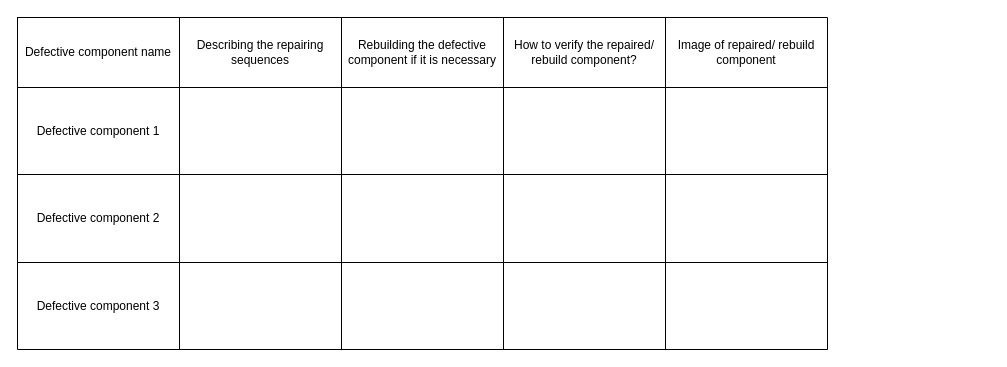
Before: Repairing the defective components.drawio in amerezoji1362/drawio-github, a draw.io diagram. Source tidied: cells renumbered, new cells numbered last; positions are measured from the earlier drawing's top-left corner, leaving out a move shared by most shapes. Both pictures are drawn from the tidied source at 100%, with x=0, y=0 at pixel (17, 17).
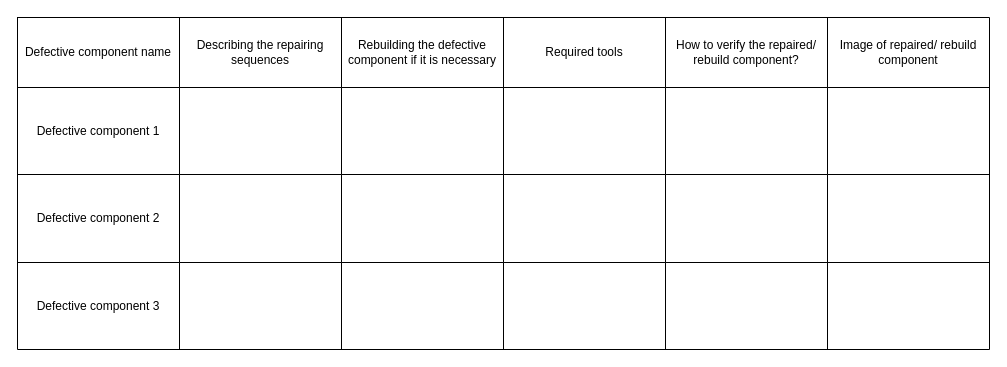
The same diagram, later.

Change to the diagram source:
```diff
@@
     <mxCell id="2" style="shape=table;startSize=0;childLayout=tableLayout;" parent="1" vertex="1">
-      <mxGeometry width="810" height="332" as="geometry" />
+      <mxGeometry width="972" height="332" as="geometry" />
     </mxCell>
     <mxCell id="3" style="shape=partialRectangle;fillColor=none;top=0;left=0;bottom=0;right=0;" parent="2" vertex="1">
-      <mxGeometry width="810" height="70" as="geometry" />
+      <mxGeometry width="972" height="70" as="geometry" />
     </mxCell>
@@
+    <mxCell id="27" value="Required tools" style="shape=partialRectangle;html=1;whiteSpace=wrap;overflow=hidden;fillColor=none;top=0;left=0;bottom=0;right=0;" parent="3" vertex="1">
+      <mxGeometry x="486" width="162" height="70" as="geometry" />
+    </mxCell>
     <mxCell id="7" value="How to verify the repaired/ rebuild component?" style="shape=partialRectangle;html=1;whiteSpace=wrap;overflow=hidden;fillColor=none;top=0;left=0;bottom=0;right=0;" parent="3" vertex="1">
-      <mxGeometry x="486" width="162" height="70" as="geometry" />
+      <mxGeometry x="648" width="162" height="70" as="geometry" />
     </mxCell>
     <mxCell id="8" value="Image of repaired/ rebuild component" style="shape=partialRectangle;html=1;whiteSpace=wrap;overflow=hidden;fillColor=none;top=0;left=0;bottom=0;right=0;" parent="3" vertex="1">
-      <mxGeometry x="648" width="162" height="70" as="geometry" />
+      <mxGeometry x="810" width="162" height="70" as="geometry" />
     </mxCell>
     <mxCell id="9" style="shape=partialRectangle;fillColor=none;top=0;left=0;bottom=0;right=0;" parent="2" vertex="1">
-      <mxGeometry y="70" width="810" height="87" as="geometry" />
+      <mxGeometry y="70" width="972" height="87" as="geometry" />
     </mxCell>
@@
+    <mxCell id="28" style="shape=partialRectangle;html=1;whiteSpace=wrap;overflow=hidden;fillColor=none;top=0;left=0;bottom=0;right=0;" parent="9" vertex="1">
+      <mxGeometry x="486" width="162" height="87" as="geometry" />
+    </mxCell>
     <mxCell id="13" style="shape=partialRectangle;html=1;whiteSpace=wrap;overflow=hidden;fillColor=none;top=0;left=0;bottom=0;right=0;" parent="9" vertex="1">
-      <mxGeometry x="486" width="162" height="87" as="geometry" />
+      <mxGeometry x="648" width="162" height="87" as="geometry" />
     </mxCell>
     <mxCell id="14" style="shape=partialRectangle;html=1;whiteSpace=wrap;overflow=hidden;fillColor=none;top=0;left=0;bottom=0;right=0;" parent="9" vertex="1">
-      <mxGeometry x="648" width="162" height="87" as="geometry" />
+      <mxGeometry x="810" width="162" height="87" as="geometry" />
     </mxCell>
     <mxCell id="15" style="shape=partialRectangle;fillColor=none;top=0;left=0;bottom=0;right=0;" parent="2" vertex="1">
-      <mxGeometry y="157" width="810" height="88" as="geometry" />
+      <mxGeometry y="157" width="972" height="88" as="geometry" />
     </mxCell>
@@
+    <mxCell id="29" style="shape=partialRectangle;html=1;whiteSpace=wrap;overflow=hidden;fillColor=none;top=0;left=0;bottom=0;right=0;" parent="15" vertex="1">
+      <mxGeometry x="486" width="162" height="88" as="geometry" />
+    </mxCell>
     <mxCell id="19" style="shape=partialRectangle;html=1;whiteSpace=wrap;overflow=hidden;fillColor=none;top=0;left=0;bottom=0;right=0;" parent="15" vertex="1">
-      <mxGeometry x="486" width="162" height="88" as="geometry" />
+      <mxGeometry x="648" width="162" height="88" as="geometry" />
     </mxCell>
     <mxCell id="20" style="shape=partialRectangle;html=1;whiteSpace=wrap;overflow=hidden;fillColor=none;top=0;left=0;bottom=0;right=0;" parent="15" vertex="1">
-      <mxGeometry x="648" width="162" height="88" as="geometry" />
+      <mxGeometry x="810" width="162" height="88" as="geometry" />
     </mxCell>
     <mxCell id="21" style="shape=partialRectangle;fillColor=none;top=0;left=0;bottom=0;right=0;" parent="2" vertex="1">
-      <mxGeometry y="245" width="810" height="87" as="geometry" />
+      <mxGeometry y="245" width="972" height="87" as="geometry" />
     </mxCell>
@@
+    <mxCell id="30" style="shape=partialRectangle;html=1;whiteSpace=wrap;overflow=hidden;fillColor=none;top=0;left=0;bottom=0;right=0;" parent="21" vertex="1">
+      <mxGeometry x="486" width="162" height="87" as="geometry" />
+    </mxCell>
     <mxCell id="25" style="shape=partialRectangle;html=1;whiteSpace=wrap;overflow=hidden;fillColor=none;top=0;left=0;bottom=0;right=0;" parent="21" vertex="1">
-      <mxGeometry x="486" width="162" height="87" as="geometry" />
+      <mxGeometry x="648" width="162" height="87" as="geometry" />
     </mxCell>
     <mxCell id="26" style="shape=partialRectangle;html=1;whiteSpace=wrap;overflow=hidden;fillColor=none;top=0;left=0;bottom=0;right=0;" parent="21" vertex="1">
-      <mxGeometry x="648" width="162" height="87" as="geometry" />
+      <mxGeometry x="810" width="162" height="87" as="geometry" />
     </mxCell>
```
